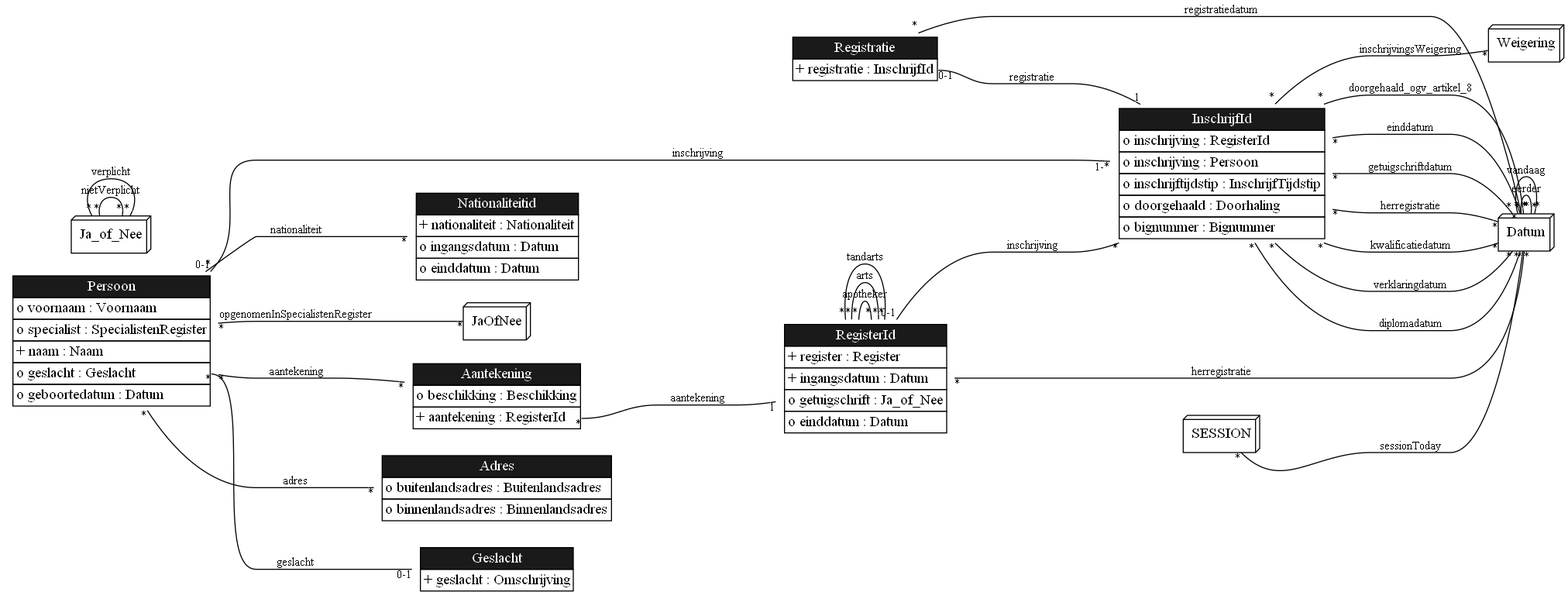
Before: docs/images/LogicalDataModel.png, a diagram exported from Graphviz (gedelaar/BIG). Its source is kept beside it as docs/images/LogicalDataModel.gv. Its diagram source:
```dot
digraph {
	graph [bgcolor=white,
		rankdir=LR
	];
	node [label="\N"];
	edge [fontsize=11,
		minlen=4
	];
	Aantekening	[color=purple,
		label=<<TABLE BGCOLOR="white" COLOR="black" BORDER="0" CELLBORDER="1" CELLSPACING="0"><TR><TD BGCOLOR="gray10" COLOR="black"><FONT COLOR="white">Aantekening</FONT></TD></TR><TR><TD ALIGN="LEFT" PORT="beschikking">o beschikking : Beschikking</TD></TR><TR><TD ALIGN="LEFT" PORT="aantekening">+ aantekening : RegisterId</TD></TR></TABLE>>,
		shape=plaintext];
	RegisterId	[color=purple,
		label=<<TABLE BGCOLOR="white" COLOR="black" BORDER="0" CELLBORDER="1" CELLSPACING="0"><TR><TD BGCOLOR="gray10" COLOR="black"><FONT COLOR="white">RegisterId</FONT></TD></TR><TR><TD ALIGN="LEFT" PORT="register">+ register : Register</TD></TR><TR><TD ALIGN="LEFT" PORT="ingangsdatum">+ ingangsdatum : Datum</TD></TR><TR><TD ALIGN="LEFT" PORT="getuigschrift">o getuigschrift : Ja_of_Nee</TD></TR><TR><TD ALIGN="LEFT" PORT="einddatum">o einddatum : Datum</TD></TR></TABLE>>,
		shape=plaintext];
	Aantekening:aantekening -> RegisterId	[arrowhead=onone,
		headlabel=1,
		label=aantekening,
		labelfloat=true,
		taillabel="*"];
	Adres	[color=purple,
		label=<<TABLE BGCOLOR="white" COLOR="black" BORDER="0" CELLBORDER="1" CELLSPACING="0"><TR><TD BGCOLOR="gray10" COLOR="black"><FONT COLOR="white">Adres</FONT></TD></TR><TR><TD ALIGN="LEFT" PORT="buitenlandsadres">o buitenlandsadres : Buitenlandsadres</TD></TR><TR><TD ALIGN="LEFT" PORT="binnenlandsadres">o binnenlandsadres : Binnenlandsadres</TD></TR></TABLE>>,
		shape=plaintext];
	Geslacht	[color=purple,
		label=<<TABLE BGCOLOR="white" COLOR="black" BORDER="0" CELLBORDER="1" CELLSPACING="0"><TR><TD BGCOLOR="gray10" COLOR="black"><FONT COLOR="white">Geslacht</FONT></TD></TR><TR><TD ALIGN="LEFT" PORT="geslacht">+ geslacht : Omschrijving</TD></TR></TABLE>>,
		shape=plaintext];
	InschrijfId	[color=purple,
		label=<<TABLE BGCOLOR="white" COLOR="black" BORDER="0" CELLBORDER="1" CELLSPACING="0"><TR><TD BGCOLOR="gray10" COLOR="black"><FONT COLOR="white">InschrijfId</FONT></TD></TR><TR><TD ALIGN="LEFT" PORT="inschrijving">o inschrijving : RegisterId</TD></TR><TR><TD ALIGN="LEFT" PORT="inschrijving">o inschrijving : Persoon</TD></TR><TR><TD ALIGN="LEFT" PORT="inschrijftijdstip">o inschrijftijdstip : InschrijfTijdstip</TD></TR><TR><TD ALIGN="LEFT" PORT="doorgehaald">o doorgehaald : Doorhaling</TD></TR><TR><TD ALIGN="LEFT" PORT="bignummer">o bignummer : Bignummer</TD></TR></TABLE>>,
		shape=plaintext];
	Datum	[label=Datum,
		shape=box3d];
	InschrijfId:diplomadatum -> Datum	[arrowhead=onone,
		headlabel="*",
		label=diplomadatum,
		labelfloat=true,
		taillabel="*"];
	InschrijfId:doorgehaald_ogv_artikel_8 -> Datum	[arrowhead=onone,
		headlabel="*",
		label=doorgehaald_ogv_artikel_8,
		labelfloat=true,
		taillabel="*"];
	InschrijfId:einddatum -> Datum	[arrowhead=onone,
		headlabel="*",
		label=einddatum,
		labelfloat=true,
		taillabel="*"];
	InschrijfId:getuigschriftdatum -> Datum	[arrowhead=onone,
		headlabel="*",
		label=getuigschriftdatum,
		labelfloat=true,
		taillabel="*"];
	InschrijfId:herregistratie -> Datum	[arrowhead=onone,
		headlabel="*",
		label=herregistratie,
		labelfloat=true,
		taillabel="*"];
	InschrijfId:kwalificatiedatum -> Datum	[arrowhead=onone,
		headlabel="*",
		label=kwalificatiedatum,
		labelfloat=true,
		taillabel="*"];
	InschrijfId:verklaringdatum -> Datum	[arrowhead=onone,
		headlabel="*",
		label=verklaringdatum,
		labelfloat=true,
		taillabel="*"];
	Weigering	[label=Weigering,
		shape=box3d];
	InschrijfId:inschrijvingsWeigering -> Weigering	[arrowhead=onone,
		headlabel="*",
		label=inschrijvingsWeigering,
		labelfloat=true,
		taillabel="*"];
	Nationaliteitid	[color=purple,
		label=<<TABLE BGCOLOR="white" COLOR="black" BORDER="0" CELLBORDER="1" CELLSPACING="0"><TR><TD BGCOLOR="gray10" COLOR="black"><FONT COLOR="white">Nationaliteitid</FONT></TD></TR><TR><TD ALIGN="LEFT" PORT="nationaliteit">+ nationaliteit : Nationaliteit</TD></TR><TR><TD ALIGN="LEFT" PORT="ingangsdatum">o ingangsdatum : Datum</TD></TR><TR><TD ALIGN="LEFT" PORT="einddatum">o einddatum : Datum</TD></TR></TABLE>>,
		shape=plaintext];
	Persoon	[color=purple,
		label=<<TABLE BGCOLOR="white" COLOR="black" BORDER="0" CELLBORDER="1" CELLSPACING="0"><TR><TD BGCOLOR="gray10" COLOR="black"><FONT COLOR="white">Persoon</FONT></TD></TR><TR><TD ALIGN="LEFT" PORT="voornaam">o voornaam : Voornaam</TD></TR><TR><TD ALIGN="LEFT" PORT="specialist">o specialist : SpecialistenRegister</TD></TR><TR><TD ALIGN="LEFT" PORT="naam">+ naam : Naam</TD></TR><TR><TD ALIGN="LEFT" PORT="geslacht">o geslacht : Geslacht</TD></TR><TR><TD ALIGN="LEFT" PORT="geboortedatum">o geboortedatum : Datum</TD></TR></TABLE>>,
		shape=plaintext];
	Persoon:aantekening -> Aantekening	[arrowhead=onone,
		headlabel="*",
		label=aantekening,
		labelfloat=true,
		taillabel="*"];
	Persoon:adres -> Adres	[arrowhead=onone,
		headlabel="*",
		label=adres,
		labelfloat=true,
		taillabel="*"];
	Persoon:geslacht -> Geslacht	[arrowhead=onone,
		headlabel="0-1",
		label=geslacht,
		labelfloat=true,
		taillabel="*"];
	Persoon:inschrijving -> InschrijfId	[arrowhead=onone,
		headlabel="1-*",
		label=inschrijving,
		labelfloat=true,
		taillabel="0-1"];
	Persoon:nationaliteit -> Nationaliteitid	[arrowhead=onone,
		headlabel="*",
		label=nationaliteit,
		labelfloat=true,
		taillabel="*"];
	JaOfNee	[label=JaOfNee,
		shape=box3d];
	Persoon:opgenomenInSpecialistenRegister -> JaOfNee	[arrowhead=onone,
		headlabel="*",
		label=opgenomenInSpecialistenRegister,
		labelfloat=true,
		taillabel="*"];
	RegisterId:inschrijving -> InschrijfId	[arrowhead=onone,
		headlabel="*",
		label=inschrijving,
		labelfloat=true,
		taillabel="0-1"];
	RegisterId:apotheker -> RegisterId	[arrowhead=onone,
		headlabel="*",
		label=apotheker,
		labelfloat=true,
		taillabel="*"];
	RegisterId:arts -> RegisterId	[arrowhead=onone,
		headlabel="*",
		label=arts,
		labelfloat=true,
		taillabel="*"];
	RegisterId:tandarts -> RegisterId	[arrowhead=onone,
		headlabel="*",
		label=tandarts,
		labelfloat=true,
		taillabel="*"];
	RegisterId:herregistratie -> Datum	[arrowhead=onone,
		headlabel="*",
		label=herregistratie,
		labelfloat=true,
		taillabel="*"];
	Registratie	[color=purple,
		label=<<TABLE BGCOLOR="white" COLOR="black" BORDER="0" CELLBORDER="1" CELLSPACING="0"><TR><TD BGCOLOR="gray10" COLOR="black"><FONT COLOR="white">Registratie</FONT></TD></TR><TR><TD ALIGN="LEFT" PORT="registratie">+ registratie : InschrijfId</TD></TR></TABLE>>,
		shape=plaintext];
	Registratie:registratie -> InschrijfId	[arrowhead=onone,
		headlabel=1,
		label=registratie,
		labelfloat=true,
		taillabel="0-1"];
	Registratie:registratiedatum -> Datum	[arrowhead=onone,
		headlabel="*",
		label=registratiedatum,
		labelfloat=true,
		taillabel="*"];
	Datum:eerder -> Datum	[arrowhead=onone,
		headlabel="*",
		label=eerder,
		labelfloat=true,
		taillabel="*"];
	Datum:vandaag -> Datum	[arrowhead=onone,
		headlabel="*",
		label=vandaag,
		labelfloat=true,
		taillabel="*"];
	Ja_of_Nee	[label=Ja_of_Nee,
		shape=box3d];
	Ja_of_Nee:nietVerplicht -> Ja_of_Nee	[arrowhead=onone,
		headlabel="*",
		label=nietVerplicht,
		labelfloat=true,
		taillabel="*"];
	Ja_of_Nee:verplicht -> Ja_of_Nee	[arrowhead=onone,
		headlabel="*",
		label=verplicht,
		labelfloat=true,
		taillabel="*"];
	SESSION	[label=SESSION,
		shape=box3d];
	SESSION:sessionToday -> Datum	[arrowhead=onone,
		headlabel="*",
		label=sessionToday,
		labelfloat=true,
		taillabel="*"];
}
```
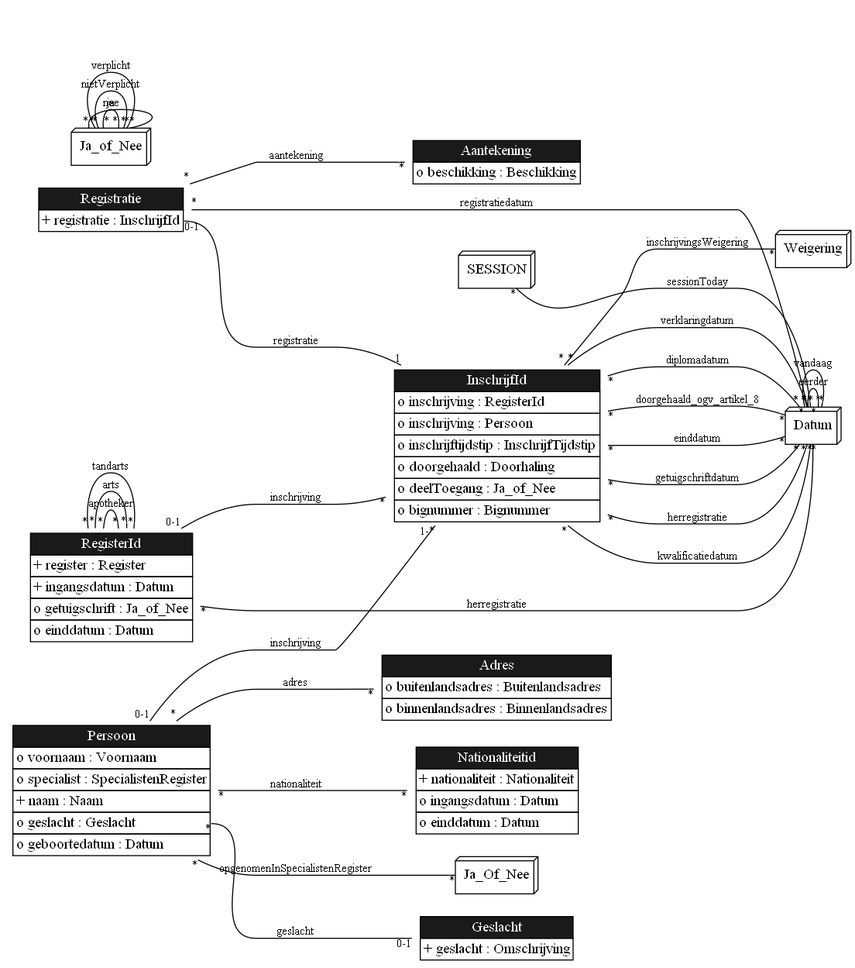
The same diagram one commit later.

What changed in the source:
```diff
@@ -7,16 +7,8 @@
 		minlen=4
 	];
 	Aantekening	[color=purple,
-		label=<<TABLE BGCOLOR="white" COLOR="black" BORDER="0" CELLBORDER="1" CELLSPACING="0"><TR><TD BGCOLOR="gray10" COLOR="black"><FONT COLOR="white">Aantekening</FONT></TD></TR><TR><TD ALIGN="LEFT" PORT="beschikking">o beschikking : Beschikking</TD></TR><TR><TD ALIGN="LEFT" PORT="aantekening">+ aantekening : RegisterId</TD></TR></TABLE>>,
+		label=<<TABLE BGCOLOR="white" COLOR="black" BORDER="0" CELLBORDER="1" CELLSPACING="0"><TR><TD BGCOLOR="gray10" COLOR="black"><FONT COLOR="white">Aantekening</FONT></TD></TR><TR><TD ALIGN="LEFT" PORT="beschikking">o beschikking : Beschikking</TD></TR></TABLE>>,
 		shape=plaintext];
-	RegisterId	[color=purple,
-		label=<<TABLE BGCOLOR="white" COLOR="black" BORDER="0" CELLBORDER="1" CELLSPACING="0"><TR><TD BGCOLOR="gray10" COLOR="black"><FONT COLOR="white">RegisterId</FONT></TD></TR><TR><TD ALIGN="LEFT" PORT="register">+ register : Register</TD></TR><TR><TD ALIGN="LEFT" PORT="ingangsdatum">+ ingangsdatum : Datum</TD></TR><TR><TD ALIGN="LEFT" PORT="getuigschrift">o getuigschrift : Ja_of_Nee</TD></TR><TR><TD ALIGN="LEFT" PORT="einddatum">o einddatum : Datum</TD></TR></TABLE>>,
-		shape=plaintext];
-	Aantekening:aantekening -> RegisterId	[arrowhead=onone,
-		headlabel=1,
-		label=aantekening,
-		labelfloat=true,
-		taillabel="*"];
 	Adres	[color=purple,
 		label=<<TABLE BGCOLOR="white" COLOR="black" BORDER="0" CELLBORDER="1" CELLSPACING="0"><TR><TD BGCOLOR="gray10" COLOR="black"><FONT COLOR="white">Adres</FONT></TD></TR><TR><TD ALIGN="LEFT" PORT="buitenlandsadres">o buitenlandsadres : Buitenlandsadres</TD></TR><TR><TD ALIGN="LEFT" PORT="binnenlandsadres">o binnenlandsadres : Binnenlandsadres</TD></TR></TABLE>>,
 		shape=plaintext];
@@ -24,7 +16,7 @@
 		label=<<TABLE BGCOLOR="white" COLOR="black" BORDER="0" CELLBORDER="1" CELLSPACING="0"><TR><TD BGCOLOR="gray10" COLOR="black"><FONT COLOR="white">Geslacht</FONT></TD></TR><TR><TD ALIGN="LEFT" PORT="geslacht">+ geslacht : Omschrijving</TD></TR></TABLE>>,
 		shape=plaintext];
 	InschrijfId	[color=purple,
-		label=<<TABLE BGCOLOR="white" COLOR="black" BORDER="0" CELLBORDER="1" CELLSPACING="0"><TR><TD BGCOLOR="gray10" COLOR="black"><FONT COLOR="white">InschrijfId</FONT></TD></TR><TR><TD ALIGN="LEFT" PORT="inschrijving">o inschrijving : RegisterId</TD></TR><TR><TD ALIGN="LEFT" PORT="inschrijving">o inschrijving : Persoon</TD></TR><TR><TD ALIGN="LEFT" PORT="inschrijftijdstip">o inschrijftijdstip : InschrijfTijdstip</TD></TR><TR><TD ALIGN="LEFT" PORT="doorgehaald">o doorgehaald : Doorhaling</TD></TR><TR><TD ALIGN="LEFT" PORT="bignummer">o bignummer : Bignummer</TD></TR></TABLE>>,
+		label=<<TABLE BGCOLOR="white" COLOR="black" BORDER="0" CELLBORDER="1" CELLSPACING="0"><TR><TD BGCOLOR="gray10" COLOR="black"><FONT COLOR="white">InschrijfId</FONT></TD></TR><TR><TD ALIGN="LEFT" PORT="inschrijving">o inschrijving : RegisterId</TD></TR><TR><TD ALIGN="LEFT" PORT="inschrijving">o inschrijving : Persoon</TD></TR><TR><TD ALIGN="LEFT" PORT="inschrijftijdstip">o inschrijftijdstip : InschrijfTijdstip</TD></TR><TR><TD ALIGN="LEFT" PORT="doorgehaald">o doorgehaald : Doorhaling</TD></TR><TR><TD ALIGN="LEFT" PORT="deelToegang">o deelToegang : Ja_of_Nee</TD></TR><TR><TD ALIGN="LEFT" PORT="bignummer">o bignummer : Bignummer</TD></TR></TABLE>>,
 		shape=plaintext];
 	Datum	[label=Datum,
 		shape=box3d];
@@ -76,11 +68,6 @@
 	Persoon	[color=purple,
 		label=<<TABLE BGCOLOR="white" COLOR="black" BORDER="0" CELLBORDER="1" CELLSPACING="0"><TR><TD BGCOLOR="gray10" COLOR="black"><FONT COLOR="white">Persoon</FONT></TD></TR><TR><TD ALIGN="LEFT" PORT="voornaam">o voornaam : Voornaam</TD></TR><TR><TD ALIGN="LEFT" PORT="specialist">o specialist : SpecialistenRegister</TD></TR><TR><TD ALIGN="LEFT" PORT="naam">+ naam : Naam</TD></TR><TR><TD ALIGN="LEFT" PORT="geslacht">o geslacht : Geslacht</TD></TR><TR><TD ALIGN="LEFT" PORT="geboortedatum">o geboortedatum : Datum</TD></TR></TABLE>>,
 		shape=plaintext];
-	Persoon:aantekening -> Aantekening	[arrowhead=onone,
-		headlabel="*",
-		label=aantekening,
-		labelfloat=true,
-		taillabel="*"];
 	Persoon:adres -> Adres	[arrowhead=onone,
 		headlabel="*",
 		label=adres,
@@ -101,13 +88,16 @@
 		label=nationaliteit,
 		labelfloat=true,
 		taillabel="*"];
-	JaOfNee	[label=JaOfNee,
+	Ja_Of_Nee	[label=Ja_Of_Nee,
 		shape=box3d];
-	Persoon:opgenomenInSpecialistenRegister -> JaOfNee	[arrowhead=onone,
+	Persoon:opgenomenInSpecialistenRegister -> Ja_Of_Nee	[arrowhead=onone,
 		headlabel="*",
 		label=opgenomenInSpecialistenRegister,
 		labelfloat=true,
 		taillabel="*"];
+	RegisterId	[color=purple,
+		label=<<TABLE BGCOLOR="white" COLOR="black" BORDER="0" CELLBORDER="1" CELLSPACING="0"><TR><TD BGCOLOR="gray10" COLOR="black"><FONT COLOR="white">RegisterId</FONT></TD></TR><TR><TD ALIGN="LEFT" PORT="register">+ register : Register</TD></TR><TR><TD ALIGN="LEFT" PORT="ingangsdatum">+ ingangsdatum : Datum</TD></TR><TR><TD ALIGN="LEFT" PORT="getuigschrift">o getuigschrift : Ja_of_Nee</TD></TR><TR><TD ALIGN="LEFT" PORT="einddatum">o einddatum : Datum</TD></TR></TABLE>>,
+		shape=plaintext];
 	RegisterId:inschrijving -> InschrijfId	[arrowhead=onone,
 		headlabel="*",
 		label=inschrijving,
@@ -136,6 +126,11 @@
 	Registratie	[color=purple,
 		label=<<TABLE BGCOLOR="white" COLOR="black" BORDER="0" CELLBORDER="1" CELLSPACING="0"><TR><TD BGCOLOR="gray10" COLOR="black"><FONT COLOR="white">Registratie</FONT></TD></TR><TR><TD ALIGN="LEFT" PORT="registratie">+ registratie : InschrijfId</TD></TR></TABLE>>,
 		shape=plaintext];
+	Registratie:aantekening -> Aantekening	[arrowhead=onone,
+		headlabel="*",
+		label=aantekening,
+		labelfloat=true,
+		taillabel="*"];
 	Registratie:registratie -> InschrijfId	[arrowhead=onone,
 		headlabel=1,
 		label=registratie,
@@ -158,6 +153,16 @@
 		taillabel="*"];
 	Ja_of_Nee	[label=Ja_of_Nee,
 		shape=box3d];
+	Ja_of_Nee:ja -> Ja_of_Nee	[arrowhead=onone,
+		headlabel="*",
+		label=ja,
+		labelfloat=true,
+		taillabel="*"];
+	Ja_of_Nee:nee -> Ja_of_Nee	[arrowhead=onone,
+		headlabel="*",
+		label=nee,
+		labelfloat=true,
+		taillabel="*"];
 	Ja_of_Nee:nietVerplicht -> Ja_of_Nee	[arrowhead=onone,
 		headlabel="*",
 		label=nietVerplicht,
```
